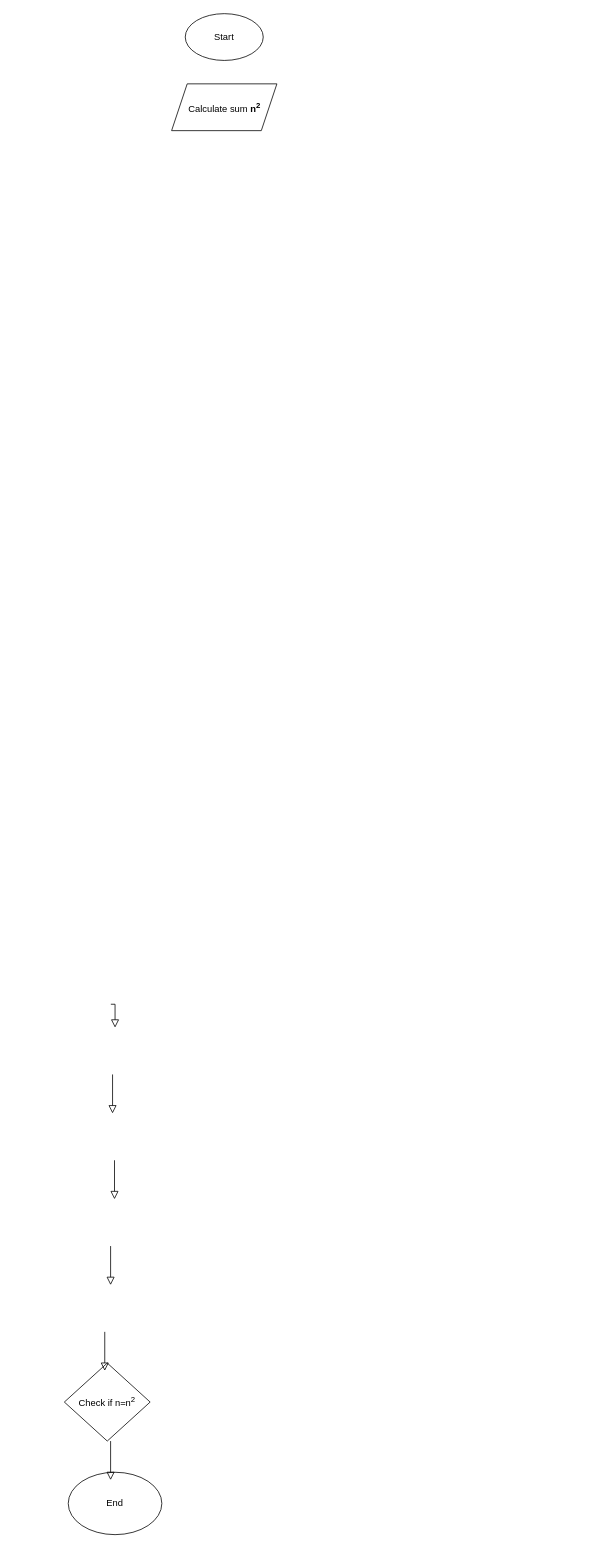
mumugisha/Alphonse_Nkubito keeps this draw.io diagram as Untitled Diagram.drawio. Above is the earlier version. Source tidied: cells renumbered, new cells numbered last; positions are measured from the earlier drawing's top-left corner, leaving out a move shared by most shapes. Both pictures are drawn from the tidied source at 78%, with x=0, y=0 at pixel (64, 13).
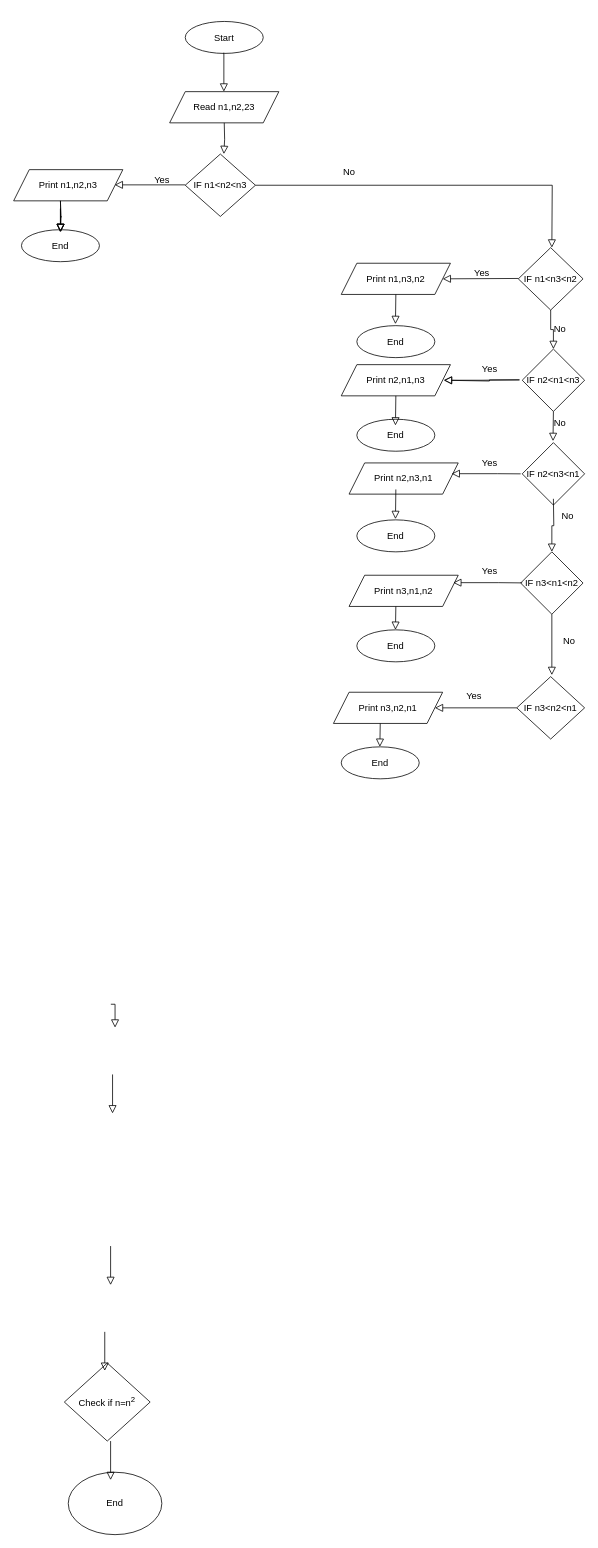
The same page after the edit.

Commit message:
FLOW CHART TASK1

What changed in the source:
```diff
@@
     <mxCell id="3" value="Start" style="ellipse;whiteSpace=wrap;html=1;" parent="1" vertex="1">
-      <mxGeometry x="155" width="100" height="60" as="geometry" />
+      <mxGeometry x="155" y="10" width="100" height="41" as="geometry" />
     </mxCell>
     <mxCell id="4" style="rounded=0;html=1;jettySize=auto;orthogonalLoop=1;fontSize=11;endArrow=block;endFill=0;endSize=8;strokeWidth=1;shadow=0;labelBackgroundColor=none;edgeStyle=orthogonalEdgeStyle;" parent="1" edge="1">
       <mxGeometry relative="1" as="geometry">
-        <mxPoint x="64.3" y="1470" as="sourcePoint" />
-        <mxPoint x="64.3" y="1520" as="targetPoint" />
+        <mxPoint x="204.5" y="50" as="sourcePoint" />
+        <mxPoint x="204.5" y="100" as="targetPoint" />
       </mxGeometry>
     </mxCell>
-    <mxCell id="5" value="Calculate sum &lt;b&gt;n&lt;sup&gt;2&lt;/sup&gt;&lt;/b&gt;" style="shape=parallelogram;perimeter=parallelogramPerimeter;whiteSpace=wrap;html=1;fixedSize=1;" parent="1" vertex="1">
-      <mxGeometry x="137.5" y="90" width="135" height="60" as="geometry" />
+    <mxCell id="5" value="Read n1,n2,23" style="shape=parallelogram;perimeter=parallelogramPerimeter;whiteSpace=wrap;html=1;fixedSize=1;" parent="1" vertex="1">
+      <mxGeometry x="135" y="100" width="140" height="40" as="geometry" />
     </mxCell>
@@
+    <mxCell id="12" value="IF n1&amp;lt;n2&amp;lt;n3" style="rhombus;whiteSpace=wrap;html=1;" parent="1" vertex="1">
+      <mxGeometry x="155" y="180" width="90" height="80" as="geometry" />
+    </mxCell>
+    <mxCell id="13" style="rounded=0;html=1;jettySize=auto;orthogonalLoop=1;fontSize=11;endArrow=block;endFill=0;endSize=8;strokeWidth=1;shadow=0;labelBackgroundColor=none;edgeStyle=orthogonalEdgeStyle;" parent="1" edge="1">
+      <mxGeometry relative="1" as="geometry">
+        <mxPoint x="205" y="140" as="sourcePoint" />
+        <mxPoint x="204.5" y="180" as="targetPoint" />
+      </mxGeometry>
+    </mxCell>
+    <mxCell id="14" style="rounded=0;html=1;jettySize=auto;fontSize=11;endArrow=block;endFill=0;endSize=8;strokeWidth=1;shadow=0;labelBackgroundColor=none;edgeStyle=orthogonalEdgeStyle;exitX=1;exitY=0.5;exitDx=0;exitDy=0;" parent="1" edge="1" source="12">
+      <mxGeometry relative="1" as="geometry">
+        <mxPoint x="625" y="300" as="targetPoint" />
+      </mxGeometry>
+    </mxCell>
+    <mxCell id="15" value="No" style="text;html=1;align=center;verticalAlign=middle;strokeColor=none;fillColor=none;" parent="1" vertex="1">
+      <mxGeometry x="345" y="188" width="40" height="30" as="geometry" />
+    </mxCell>
+    <mxCell id="16" style="rounded=0;html=1;jettySize=auto;orthogonalLoop=1;fontSize=11;endArrow=block;endFill=0;endSize=8;strokeWidth=1;shadow=0;labelBackgroundColor=none;edgeStyle=orthogonalEdgeStyle;" parent="1" edge="1">
+      <mxGeometry relative="1" as="geometry">
+        <mxPoint x="155" y="219.5" as="sourcePoint" />
+        <mxPoint x="64.5" y="219.5" as="targetPoint" />
+      </mxGeometry>
+    </mxCell>
+    <mxCell id="17" value="Print n1,n2,n3" style="shape=parallelogram;perimeter=parallelogramPerimeter;whiteSpace=wrap;html=1;fixedSize=1;" parent="1" vertex="1">
+      <mxGeometry x="-65" y="200" width="140" height="40" as="geometry" />
+    </mxCell>
+    <mxCell id="18" value="Yes" style="text;html=1;align=center;verticalAlign=middle;strokeColor=none;fillColor=none;" parent="1" vertex="1">
+      <mxGeometry x="105" y="198" width="40" height="30" as="geometry" />
+    </mxCell>
+    <mxCell id="19" value="IF n1&amp;lt;n3&amp;lt;n2" style="rhombus;whiteSpace=wrap;html=1;" parent="1" vertex="1">
+      <mxGeometry x="582" y="300" width="83" height="80" as="geometry" />
+    </mxCell>
+    <mxCell id="20" style="rounded=0;html=1;jettySize=auto;fontSize=11;endArrow=block;endFill=0;endSize=8;strokeWidth=1;shadow=0;labelBackgroundColor=none;edgeStyle=orthogonalEdgeStyle;entryX=1;entryY=0.5;entryDx=0;entryDy=0;" parent="1" edge="1" target="21">
+      <mxGeometry relative="1" as="geometry">
+        <mxPoint x="582" y="339.5" as="sourcePoint" />
+      </mxGeometry>
+    </mxCell>
+    <mxCell id="21" value="Print n1,n3,n2" style="shape=parallelogram;perimeter=parallelogramPerimeter;whiteSpace=wrap;html=1;fixedSize=1;" parent="1" vertex="1">
+      <mxGeometry x="355" y="320" width="140" height="40" as="geometry" />
+    </mxCell>
+    <mxCell id="22" value="Yes" style="text;html=1;align=center;verticalAlign=middle;strokeColor=none;fillColor=none;" parent="1" vertex="1">
+      <mxGeometry x="515" y="318" width="40" height="30" as="geometry" />
+    </mxCell>
+    <mxCell id="23" style="rounded=0;html=1;jettySize=auto;fontSize=11;endArrow=block;endFill=0;endSize=8;strokeWidth=1;shadow=0;labelBackgroundColor=none;edgeStyle=orthogonalEdgeStyle;exitX=0.5;exitY=1;exitDx=0;exitDy=0;entryX=0.5;entryY=0;entryDx=0;entryDy=0;" parent="1" edge="1" source="19" target="24">
+      <mxGeometry relative="1" as="geometry" />
+    </mxCell>
+    <mxCell id="24" value="IF n2&amp;lt;n1&amp;lt;n3" style="rhombus;whiteSpace=wrap;html=1;" parent="1" vertex="1">
+      <mxGeometry x="587" y="430" width="80" height="80" as="geometry" />
+    </mxCell>
+    <mxCell id="25" value="End" style="ellipse;whiteSpace=wrap;html=1;" parent="1" vertex="1">
+      <mxGeometry x="-55" y="277" width="100" height="41" as="geometry" />
+    </mxCell>
+    <mxCell id="26" style="rounded=0;html=1;jettySize=auto;orthogonalLoop=1;fontSize=11;endArrow=block;endFill=0;endSize=8;strokeWidth=1;shadow=0;labelBackgroundColor=none;edgeStyle=orthogonalEdgeStyle;" parent="1" edge="1">
+      <mxGeometry relative="1" as="geometry">
+        <mxPoint x="-5" y="240" as="sourcePoint" />
+        <mxPoint x="-5" y="280" as="targetPoint" />
+      </mxGeometry>
+    </mxCell>
+    <mxCell id="27" value="End" style="ellipse;whiteSpace=wrap;html=1;" parent="1" vertex="1">
+      <mxGeometry x="375" y="400" width="100" height="41" as="geometry" />
+    </mxCell>
+    <mxCell id="28" style="rounded=0;html=1;jettySize=auto;orthogonalLoop=1;fontSize=11;endArrow=block;endFill=0;endSize=8;strokeWidth=1;shadow=0;labelBackgroundColor=none;edgeStyle=orthogonalEdgeStyle;" parent="1" edge="1">
+      <mxGeometry relative="1" as="geometry">
+        <mxPoint x="425" y="360" as="sourcePoint" />
+        <mxPoint x="424.5" y="398" as="targetPoint" />
+      </mxGeometry>
+    </mxCell>
+    <mxCell id="29" style="rounded=0;html=1;jettySize=auto;orthogonalLoop=1;fontSize=11;endArrow=block;endFill=0;endSize=8;strokeWidth=1;shadow=0;labelBackgroundColor=none;edgeStyle=orthogonalEdgeStyle;" parent="1" edge="1">
+      <mxGeometry relative="1" as="geometry">
+        <mxPoint x="-5" y="240" as="sourcePoint" />
+        <mxPoint x="-5" y="280" as="targetPoint" />
+      </mxGeometry>
+    </mxCell>
+    <mxCell id="30" style="rounded=0;html=1;jettySize=auto;orthogonalLoop=1;fontSize=11;endArrow=block;endFill=0;endSize=8;strokeWidth=1;shadow=0;labelBackgroundColor=none;edgeStyle=orthogonalEdgeStyle;" parent="1" edge="1">
+      <mxGeometry relative="1" as="geometry">
+        <mxPoint x="-5" y="250" as="sourcePoint" />
+        <mxPoint x="-5" y="280" as="targetPoint" />
+      </mxGeometry>
+    </mxCell>
+    <mxCell id="31" style="rounded=0;html=1;jettySize=auto;orthogonalLoop=1;fontSize=11;endArrow=block;endFill=0;endSize=8;strokeWidth=1;shadow=0;labelBackgroundColor=none;edgeStyle=orthogonalEdgeStyle;" parent="1" edge="1">
+      <mxGeometry relative="1" as="geometry">
+        <mxPoint x="-5" y="250" as="sourcePoint" />
+        <mxPoint x="-5" y="280" as="targetPoint" />
+      </mxGeometry>
+    </mxCell>
+    <mxCell id="32" value="No" style="text;html=1;align=center;verticalAlign=middle;strokeColor=none;fillColor=none;" parent="1" vertex="1">
+      <mxGeometry x="615" y="390" width="40" height="30" as="geometry" />
+    </mxCell>
+    <mxCell id="33" value="Yes" style="text;html=1;align=center;verticalAlign=middle;strokeColor=none;fillColor=none;" parent="1" vertex="1">
+      <mxGeometry x="525" y="441" width="40" height="30" as="geometry" />
+    </mxCell>
+    <mxCell id="34" style="rounded=0;html=1;jettySize=auto;orthogonalLoop=1;fontSize=11;endArrow=block;endFill=0;endSize=8;strokeWidth=1;shadow=0;labelBackgroundColor=none;edgeStyle=orthogonalEdgeStyle;entryX=1;entryY=0.5;entryDx=0;entryDy=0;" parent="1" edge="1">
+      <mxGeometry relative="1" as="geometry">
+        <mxPoint x="583.5" y="469.5" as="sourcePoint" />
+        <mxPoint x="486.5" y="470" as="targetPoint" />
+      </mxGeometry>
+    </mxCell>
+    <mxCell id="35" value="Print n2,n1,n3" style="shape=parallelogram;perimeter=parallelogramPerimeter;whiteSpace=wrap;html=1;fixedSize=1;" parent="1" vertex="1">
+      <mxGeometry x="355" y="450" width="140" height="40" as="geometry" />
+    </mxCell>
+    <mxCell id="36" value="End" style="ellipse;whiteSpace=wrap;html=1;" parent="1" vertex="1">
+      <mxGeometry x="375" y="520" width="100" height="41" as="geometry" />
+    </mxCell>
+    <mxCell id="37" style="rounded=0;html=1;jettySize=auto;orthogonalLoop=1;fontSize=11;endArrow=block;endFill=0;endSize=8;strokeWidth=1;shadow=0;labelBackgroundColor=none;edgeStyle=orthogonalEdgeStyle;" parent="1" edge="1">
+      <mxGeometry relative="1" as="geometry">
+        <mxPoint x="425" y="490" as="sourcePoint" />
+        <mxPoint x="424.5" y="528" as="targetPoint" />
+      </mxGeometry>
+    </mxCell>
+    <mxCell id="38" style="rounded=0;html=1;jettySize=auto;orthogonalLoop=1;fontSize=11;endArrow=block;endFill=0;endSize=8;strokeWidth=1;shadow=0;labelBackgroundColor=none;edgeStyle=orthogonalEdgeStyle;" parent="1" edge="1">
+      <mxGeometry relative="1" as="geometry">
+        <mxPoint x="627" y="510" as="sourcePoint" />
+        <mxPoint x="626.5" y="548" as="targetPoint" />
+      </mxGeometry>
+    </mxCell>
+    <mxCell id="39" value="IF n2&amp;lt;n3&amp;lt;n1" style="rhombus;whiteSpace=wrap;html=1;" parent="1" vertex="1">
+      <mxGeometry x="587" y="550" width="80" height="80" as="geometry" />
+    </mxCell>
+    <mxCell id="40" value="Print n2,n3,n1" style="shape=parallelogram;perimeter=parallelogramPerimeter;whiteSpace=wrap;html=1;fixedSize=1;" parent="1" vertex="1">
+      <mxGeometry x="365" y="576" width="140" height="40" as="geometry" />
+    </mxCell>
+    <mxCell id="41" style="rounded=0;html=1;jettySize=auto;orthogonalLoop=1;fontSize=11;endArrow=block;endFill=0;endSize=8;strokeWidth=1;shadow=0;labelBackgroundColor=none;edgeStyle=orthogonalEdgeStyle;entryX=1;entryY=0.5;entryDx=0;entryDy=0;" parent="1" edge="1">
+      <mxGeometry relative="1" as="geometry">
+        <mxPoint x="583.5" y="469.5" as="sourcePoint" />
+        <mxPoint x="486.5" y="470" as="targetPoint" />
+        <Array as="points">
+          <mxPoint x="545" y="470" />
+          <mxPoint x="545" y="471" />
+        </Array>
+      </mxGeometry>
+    </mxCell>
+    <mxCell id="42" style="rounded=0;html=1;jettySize=auto;orthogonalLoop=1;fontSize=11;endArrow=block;endFill=0;endSize=8;strokeWidth=1;shadow=0;labelBackgroundColor=none;edgeStyle=orthogonalEdgeStyle;entryX=1;entryY=0.5;entryDx=0;entryDy=0;" parent="1" edge="1">
+      <mxGeometry relative="1" as="geometry">
+        <mxPoint x="585" y="590" as="sourcePoint" />
+        <mxPoint x="496.5" y="589.8" as="targetPoint" />
+        <Array as="points">
+          <mxPoint x="555" y="589.8" />
+          <mxPoint x="555" y="590.8" />
+        </Array>
+      </mxGeometry>
+    </mxCell>
+    <mxCell id="43" value="Yes" style="text;html=1;align=center;verticalAlign=middle;strokeColor=none;fillColor=none;" parent="1" vertex="1">
+      <mxGeometry x="525" y="561" width="40" height="30" as="geometry" />
+    </mxCell>
+    <mxCell id="44" value="No" style="text;html=1;align=center;verticalAlign=middle;strokeColor=none;fillColor=none;" parent="1" vertex="1">
+      <mxGeometry x="615" y="510" width="40" height="30" as="geometry" />
+    </mxCell>
+    <mxCell id="45" value="No" style="text;html=1;align=center;verticalAlign=middle;strokeColor=none;fillColor=none;" parent="1" vertex="1">
+      <mxGeometry x="625" y="630" width="40" height="30" as="geometry" />
+    </mxCell>
+    <mxCell id="46" style="rounded=0;html=1;jettySize=auto;fontSize=11;endArrow=block;endFill=0;endSize=8;strokeWidth=1;shadow=0;labelBackgroundColor=none;edgeStyle=orthogonalEdgeStyle;entryX=0.5;entryY=0;entryDx=0;entryDy=0;" parent="1" edge="1" target="47">
+      <mxGeometry relative="1" as="geometry">
+        <mxPoint x="627" y="622" as="sourcePoint" />
+      </mxGeometry>
+    </mxCell>
+    <mxCell id="47" value="IF n3&amp;lt;n1&amp;lt;n2" style="rhombus;whiteSpace=wrap;html=1;" parent="1" vertex="1">
+      <mxGeometry x="585" y="690" width="80" height="80" as="geometry" />
+    </mxCell>
+    <mxCell id="48" value="End" style="ellipse;whiteSpace=wrap;html=1;" parent="1" vertex="1">
+      <mxGeometry x="375" y="649" width="100" height="41" as="geometry" />
+    </mxCell>
+    <mxCell id="49" style="rounded=0;html=1;jettySize=auto;orthogonalLoop=1;fontSize=11;endArrow=block;endFill=0;endSize=8;strokeWidth=1;shadow=0;labelBackgroundColor=none;edgeStyle=orthogonalEdgeStyle;" parent="1" edge="1">
+      <mxGeometry relative="1" as="geometry">
+        <mxPoint x="425" y="610" as="sourcePoint" />
+        <mxPoint x="424.5" y="648" as="targetPoint" />
+      </mxGeometry>
+    </mxCell>
+    <mxCell id="50" value="Print n3,n2,n1" style="shape=parallelogram;perimeter=parallelogramPerimeter;whiteSpace=wrap;html=1;fixedSize=1;" parent="1" vertex="1">
+      <mxGeometry x="345" y="870" width="140" height="40" as="geometry" />
+    </mxCell>
+    <mxCell id="51" value="Print n3,n1,n2" style="shape=parallelogram;perimeter=parallelogramPerimeter;whiteSpace=wrap;html=1;fixedSize=1;" parent="1" vertex="1">
+      <mxGeometry x="365" y="720" width="140" height="40" as="geometry" />
+    </mxCell>
+    <mxCell id="52" style="rounded=0;html=1;jettySize=auto;orthogonalLoop=1;fontSize=11;endArrow=block;endFill=0;endSize=8;strokeWidth=1;shadow=0;labelBackgroundColor=none;edgeStyle=orthogonalEdgeStyle;entryX=1;entryY=0.5;entryDx=0;entryDy=0;" parent="1" edge="1">
+      <mxGeometry relative="1" as="geometry">
+        <mxPoint x="587" y="729.8" as="sourcePoint" />
+        <mxPoint x="498.5" y="729.5" as="targetPoint" />
+        <Array as="points">
+          <mxPoint x="557" y="729.5" />
+          <mxPoint x="557" y="730.5" />
+        </Array>
+      </mxGeometry>
+    </mxCell>
+    <mxCell id="53" value="Yes" style="text;html=1;align=center;verticalAlign=middle;strokeColor=none;fillColor=none;" parent="1" vertex="1">
+      <mxGeometry x="505" y="860" width="40" height="30" as="geometry" />
+    </mxCell>
+    <mxCell id="54" style="rounded=0;html=1;jettySize=auto;orthogonalLoop=1;fontSize=11;endArrow=block;endFill=0;endSize=8;strokeWidth=1;shadow=0;labelBackgroundColor=none;edgeStyle=orthogonalEdgeStyle;" parent="1" edge="1">
+      <mxGeometry relative="1" as="geometry">
+        <mxPoint x="625" y="770" as="sourcePoint" />
+        <mxPoint x="625" y="848" as="targetPoint" />
+      </mxGeometry>
+    </mxCell>
+    <mxCell id="55" value="No" style="text;html=1;align=center;verticalAlign=middle;strokeColor=none;fillColor=none;" parent="1" vertex="1">
+      <mxGeometry x="627" y="790" width="40" height="30" as="geometry" />
+    </mxCell>
+    <mxCell id="56" value="IF n3&amp;lt;n2&amp;lt;n1" style="rhombus;whiteSpace=wrap;html=1;" parent="1" vertex="1">
+      <mxGeometry x="580" y="850" width="87" height="80" as="geometry" />
+    </mxCell>
+    <mxCell id="57" style="rounded=0;html=1;jettySize=auto;fontSize=11;endArrow=block;endFill=0;endSize=8;strokeWidth=1;shadow=0;labelBackgroundColor=none;edgeStyle=orthogonalEdgeStyle;exitX=0;exitY=0.5;exitDx=0;exitDy=0;" parent="1" edge="1" source="56" target="50">
+      <mxGeometry relative="1" as="geometry" />
+    </mxCell>
+    <mxCell id="58" value="End" style="ellipse;whiteSpace=wrap;html=1;" parent="1" vertex="1">
+      <mxGeometry x="375" y="790" width="100" height="41" as="geometry" />
+    </mxCell>
+    <mxCell id="59" value="End" style="ellipse;whiteSpace=wrap;html=1;" parent="1" vertex="1">
+      <mxGeometry x="355" y="940" width="100" height="41" as="geometry" />
+    </mxCell>
+    <mxCell id="60" style="rounded=0;html=1;jettySize=auto;orthogonalLoop=1;fontSize=11;endArrow=block;endFill=0;endSize=8;strokeWidth=1;shadow=0;labelBackgroundColor=none;edgeStyle=orthogonalEdgeStyle;" parent="1" edge="1">
+      <mxGeometry relative="1" as="geometry">
+        <mxPoint x="425" y="760" as="sourcePoint" />
+        <mxPoint x="424.5" y="790" as="targetPoint" />
+      </mxGeometry>
+    </mxCell>
+    <mxCell id="61" style="rounded=0;html=1;jettySize=auto;orthogonalLoop=1;fontSize=11;endArrow=block;endFill=0;endSize=8;strokeWidth=1;shadow=0;labelBackgroundColor=none;edgeStyle=orthogonalEdgeStyle;" parent="1" edge="1">
+      <mxGeometry relative="1" as="geometry">
+        <mxPoint x="405" y="910" as="sourcePoint" />
+        <mxPoint x="404.5" y="940" as="targetPoint" />
+      </mxGeometry>
+    </mxCell>
+    <mxCell id="62" value="Yes" style="text;html=1;align=center;verticalAlign=middle;strokeColor=none;fillColor=none;" parent="1" vertex="1">
+      <mxGeometry x="525" y="700" width="40" height="30" as="geometry" />
+    </mxCell>
```
